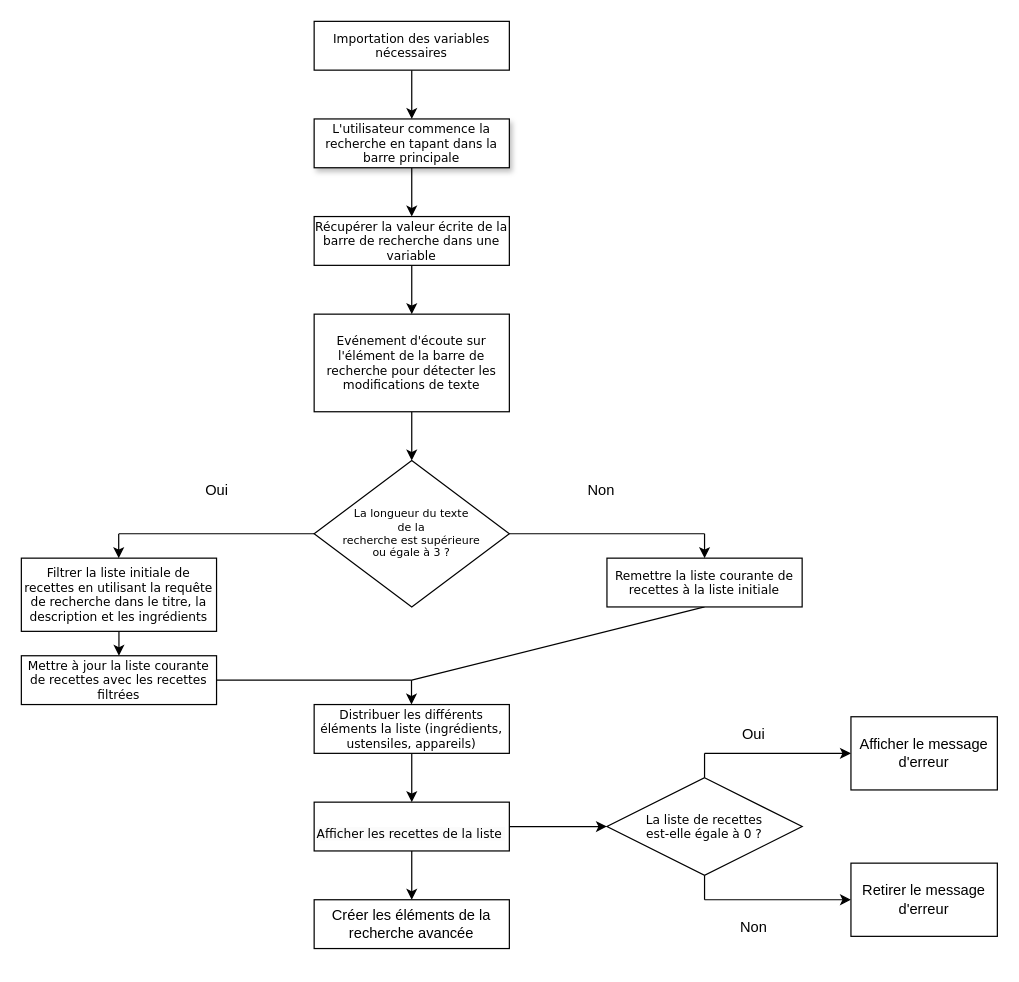
The draw.io diagram Diagramme sans nom.drawio in Lucadur/Les-Petits-Plats, before the edit. Source tidied: cells renumbered, new cells numbered last; positions are measured from the earlier drawing's top-left corner, leaving out a move shared by most shapes. Both pictures are drawn from the tidied source at 122%, with x=0, y=0 at pixel (21, 21).
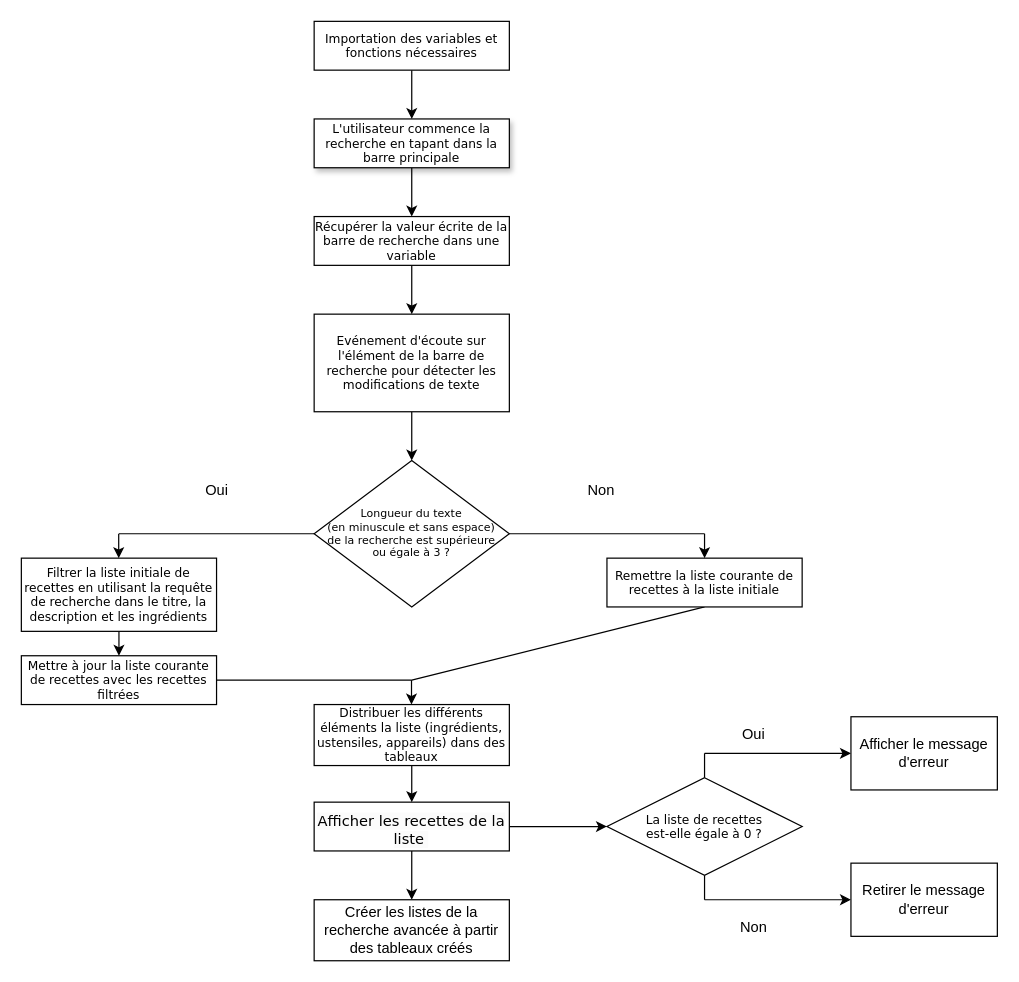
The same page after the edit.

The edit, as a diff of the source:
```diff
@@
-    <mxCell id="8" value="La longueur du texte &lt;br&gt;de la &lt;br&gt;recherche est supérieure &lt;br&gt;ou égale à 3 ?" style="rhombus;whiteSpace=wrap;html=1;fontSize=9;horizontal=1;fontFamily=Verdana;" parent="1" vertex="1">
+    <mxCell id="8" value="Longueur du texte &lt;br&gt;(en minuscule et sans espace)&lt;br style=&quot;font-size: 9px;&quot;&gt;de la recherche est supérieure &lt;br style=&quot;font-size: 9px;&quot;&gt;ou égale à 3 ?" style="rhombus;whiteSpace=wrap;html=1;fontSize=9;horizontal=1;fontFamily=Verdana;" parent="1" vertex="1">
       <mxGeometry x="240" y="360" width="160" height="120" as="geometry" />
     </mxCell>
@@
-    <mxCell id="14" value="Importation des variables nécessaires" style="rounded=0;whiteSpace=wrap;html=1;fontSize=10;fontFamily=Verdana;" parent="1" vertex="1">
+    <mxCell id="14" value="Importation des variables et fonctions nécessaires" style="rounded=0;whiteSpace=wrap;html=1;fontSize=10;fontFamily=Verdana;" parent="1" vertex="1">
       <mxGeometry x="240" width="160" height="40" as="geometry" />
     </mxCell>
@@
-    <mxCell id="23" value="&lt;br&gt;&lt;span style=&quot;color: rgb(0, 0, 0); font-size: 10px; font-style: normal; font-variant-ligatures: normal; font-variant-caps: normal; font-weight: 400; letter-spacing: normal; orphans: 2; text-align: center; text-indent: 0px; text-transform: none; widows: 2; word-spacing: 0px; -webkit-text-stroke-width: 0px; background-color: rgb(251, 251, 251); text-decoration-thickness: initial; text-decoration-style: initial; text-decoration-color: initial; float: none; display: inline !important;&quot;&gt;Afficher les recettes de la liste&amp;nbsp;&lt;/span&gt;&lt;br&gt;" style="rounded=0;whiteSpace=wrap;html=1;fontFamily=Verdana;fontSize=10;" parent="1" vertex="1">
+    <mxCell id="23" value="&lt;br style=&quot;font-size: 12px;&quot;&gt;&lt;span style=&quot;color: rgb(0, 0, 0); font-size: 12px; font-style: normal; font-variant-ligatures: normal; font-variant-caps: normal; font-weight: 400; letter-spacing: normal; orphans: 2; text-align: center; text-indent: 0px; text-transform: none; widows: 2; word-spacing: 0px; -webkit-text-stroke-width: 0px; background-color: rgb(251, 251, 251); text-decoration-thickness: initial; text-decoration-style: initial; text-decoration-color: initial; float: none; display: inline !important;&quot;&gt;Afficher les recettes de la liste&amp;nbsp;&lt;/span&gt;&lt;br style=&quot;font-size: 12px;&quot;&gt;" style="rounded=0;whiteSpace=wrap;html=1;fontFamily=Verdana;fontSize=12;verticalAlign=bottom;" parent="1" vertex="1">
       <mxGeometry x="240" y="640" width="160" height="40" as="geometry" />
     </mxCell>
-    <mxCell id="24" value="Créer les éléments de la recherche avancée" style="rounded=0;whiteSpace=wrap;html=1;" parent="1" vertex="1">
-      <mxGeometry x="240" y="720" width="160" height="40" as="geometry" />
+    <mxCell id="24" value="Créer les listes de la recherche avancée à partir des tableaux créés" style="rounded=0;whiteSpace=wrap;html=1;" parent="1" vertex="1">
+      <mxGeometry x="240" y="720" width="160" height="50" as="geometry" />
     </mxCell>
@@
-    <mxCell id="26" value="Distribuer les différents éléments la liste (ingrédients, ustensiles, appareils)" style="rounded=0;whiteSpace=wrap;html=1;fontSize=10;fontFamily=Verdana;verticalAlign=middle;align=center;" parent="1" vertex="1">
-      <mxGeometry x="240" y="560" width="160" height="40" as="geometry" />
+    <mxCell id="26" value="Distribuer les différents éléments la liste (ingrédients, ustensiles, appareils) dans des tableaux" style="rounded=0;whiteSpace=wrap;html=1;fontSize=10;fontFamily=Verdana;verticalAlign=middle;align=center;" parent="1" vertex="1">
+      <mxGeometry x="240" y="560" width="160" height="50" as="geometry" />
     </mxCell>
```
